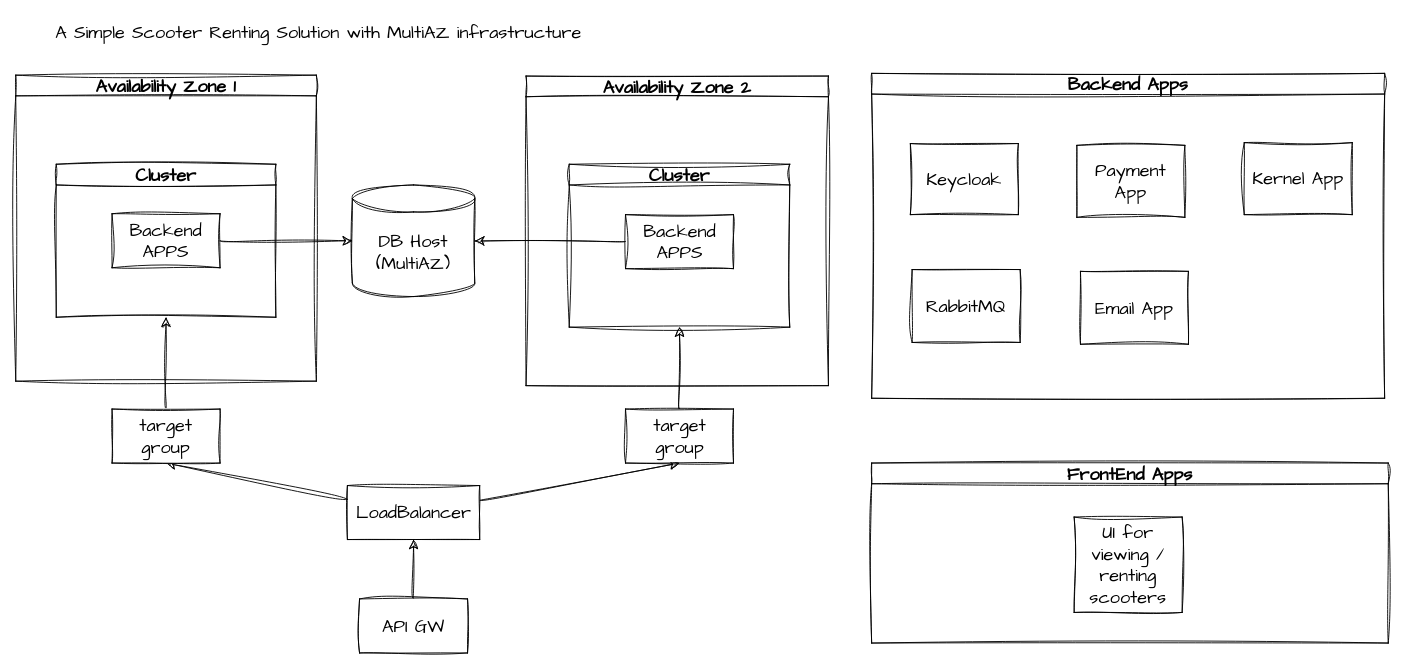
The draw.io diagram documentation/scooter_service.drawio in serdarburakguneri/scooter-renting, before the edit. Source tidied: cells renumbered, new cells numbered last; positions are measured from the earlier drawing's top-left corner, leaving out a move shared by most shapes. Both pictures are drawn from the tidied source at 90%, with x=0, y=0 at pixel (15, 15).
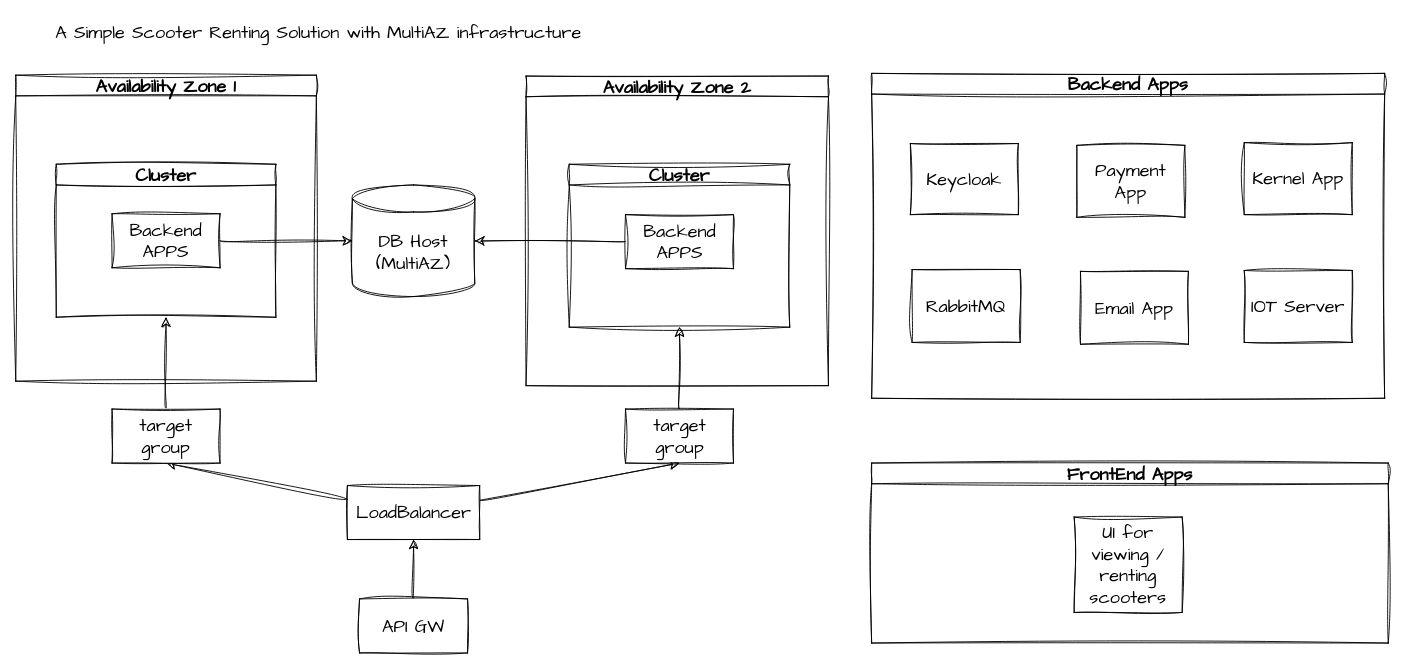
The same page after the edit.

Commit message (it also covers changes not shown here):
feat: new shining service -> iot service for handling scooter communication added

Unchanged cells that the change refers to:
```xml
<mxCell id="22" value="Backend Apps" style="swimlane;whiteSpace=wrap;html=1;sketch=1;hachureGap=4;jiggle=2;curveFitting=1;fontFamily=Architects Daughter;fontSize=20;" parent="1" vertex="1">
  <mxGeometry x="951" y="64" width="570" height="361" as="geometry" />
</mxCell>
```

What changed in the source:
```diff
@@
+    <mxCell id="30" value="IOT Server" style="rounded=0;whiteSpace=wrap;html=1;sketch=1;hachureGap=4;jiggle=2;curveFitting=1;fontFamily=Architects Daughter;fontSize=20;" parent="22" vertex="1">
+      <mxGeometry x="414" y="219" width="120" height="80" as="geometry" />
+    </mxCell>
```
